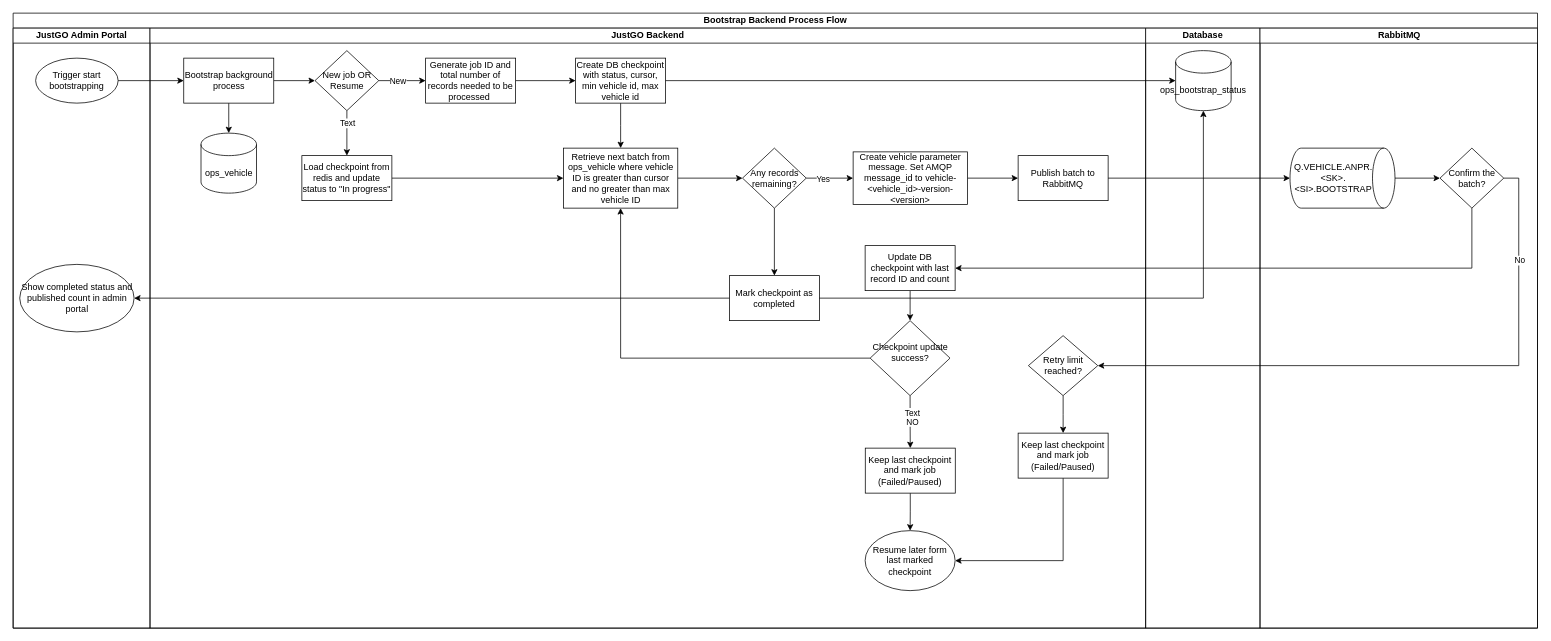
Before: page "Page-5" (5 of 5) of Bootstrap.drawio in Marcus-141/DrawIOFiles, a draw.io diagram. Source tidied: cells renumbered, new cells numbered last; positions are measured from the earlier drawing's top-left corner, leaving out a move shared by most shapes. Both pictures are drawn from the tidied source at 75%, with x=0, y=0 at pixel (13, 13).
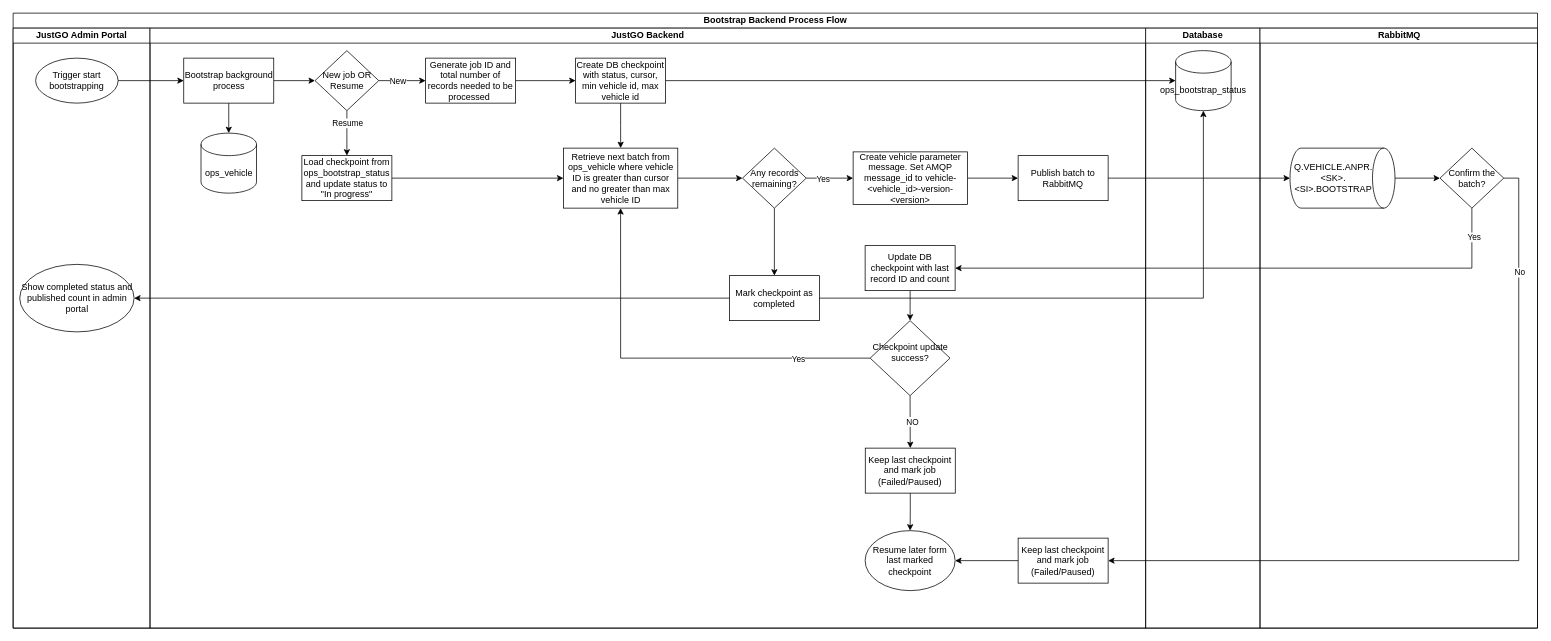
The same diagram, later.

The change refers to these unchanged cells:
```xml
<mxCell id="2" value="Bootstrap Backend Process Flow" style="swimlane;startSize=20;html=1;" parent="1" vertex="1">
  <mxGeometry width="2032.5" height="820" as="geometry" />
</mxCell>
<mxCell id="6" value="JustGO Backend" style="swimlane;startSize=20;html=1;" parent="2" vertex="1">
  <mxGeometry x="182.5" y="20" width="1327.5" height="800" as="geometry" />
</mxCell>
<mxCell id="12" style="edgeStyle=orthogonalEdgeStyle;rounded=0;jettySize=auto;html=1;defaultLabelBackgroundColor=page;labelPadding=0 4;" parent="6" edge="1" source="14" target="19">
  <mxGeometry relative="1" as="geometry" />
</mxCell>
<mxCell id="36" value="Resume later form last marked checkpoint" style="ellipse;whiteSpace=wrap;html=1;shapeInside=1;" parent="6" vertex="1">
  <mxGeometry x="953.5" y="670" width="120" height="80" as="geometry" />
</mxCell>
<mxCell id="37" style="edgeStyle=orthogonalEdgeStyle;rounded=0;jettySize=auto;html=1;exitX=0;exitY=0.5;exitDx=0;exitDy=0;entryX=0.5;entryY=1;entryDx=0;entryDy=0;defaultLabelBackgroundColor=page;labelPadding=0 4;" parent="6" edge="1" source="41" target="23">
  <mxGeometry relative="1" as="geometry" />
</mxCell>
<mxCell id="38" style="edgeStyle=orthogonalEdgeStyle;rounded=0;jettySize=auto;html=1;exitX=0.5;exitY=1;exitDx=0;exitDy=0;entryX=0.5;entryY=0;entryDx=0;entryDy=0;defaultLabelBackgroundColor=page;labelPadding=0 4;" parent="6" edge="1" source="41" target="45">
  <mxGeometry relative="1" as="geometry" />
</mxCell>
<mxCell id="51" value="Confirm the batch?" style="rhombus;whiteSpace=wrap;html=1;shapeInside=1;" parent="48" vertex="1">
  <mxGeometry x="240" y="160" width="85" height="80" as="geometry" />
</mxCell>
<mxCell id="59" style="edgeStyle=orthogonalEdgeStyle;rounded=0;jettySize=auto;html=1;exitX=0.5;exitY=1;exitDx=0;exitDy=0;entryX=1;entryY=0.5;entryDx=0;entryDy=0;defaultLabelBackgroundColor=page;labelPadding=0 4;" parent="2" edge="1" source="51" target="43">
  <mxGeometry relative="1" as="geometry" />
</mxCell>
```

Change to the diagram source:
```diff
@@
-    <mxCell id="13" value="Text" style="edgeLabel;html=1;align=center;verticalAlign=middle;inheritText=1;defaultLabelBackgroundColor=page;labelPadding=0 4;" parent="12" vertex="1">
+    <mxCell id="13" value="Resume" style="edgeLabel;html=1;align=center;verticalAlign=middle;inheritText=1;defaultLabelBackgroundColor=page;labelPadding=0 4;" parent="12" vertex="1">
       <mxGeometry x="-0.48" relative="1" as="geometry" />
     </mxCell>
@@
-    <mxCell id="19" value="Load checkpoint from redis and update status to &quot;In progress&quot;" style="whiteSpace=wrap;html=1;" parent="6" vertex="1">
+    <mxCell id="19" value="Load checkpoint from ops_bootstrap_status and update status to &quot;In progress&quot;" style="whiteSpace=wrap;html=1;" parent="6" vertex="1">
       <mxGeometry x="202.5" y="170" width="120" height="60" as="geometry" />
     </mxCell>
@@
-    <mxCell id="32" style="edgeStyle=orthogonalEdgeStyle;rounded=0;jettySize=auto;html=1;defaultLabelBackgroundColor=page;labelPadding=0 4;" parent="6" edge="1" source="33" target="35">
-      <mxGeometry relative="1" as="geometry" />
-    </mxCell>
-    <mxCell id="33" value="Retry limit reached?" style="rhombus;whiteSpace=wrap;html=1;shapeInside=1;" parent="6" vertex="1">
-      <mxGeometry x="1171.2" y="410" width="92.5" height="80" as="geometry" />
-    </mxCell>
-    <mxCell id="34" style="edgeStyle=orthogonalEdgeStyle;rounded=0;jettySize=auto;html=1;exitX=0.5;exitY=1;exitDx=0;exitDy=0;entryX=1;entryY=0.5;entryDx=0;entryDy=0;defaultLabelBackgroundColor=page;labelPadding=0 4;" parent="6" edge="1" source="35" target="36">
-      <mxGeometry relative="1" as="geometry" />
-    </mxCell>
     <mxCell id="35" value="Keep last checkpoint and mark job (Failed/Paused)" style="whiteSpace=wrap;html=1;" parent="6" vertex="1">
-      <mxGeometry x="1157.5" y="540" width="120" height="60" as="geometry" />
+      <mxGeometry x="1157.5" y="680" width="120" height="60" as="geometry" />
     </mxCell>
@@
+    <mxCell id="60" value="Yes" style="edgeLabel;html=1;align=center;verticalAlign=middle;inheritText=1;defaultLabelBackgroundColor=page;labelPadding=0 4;" parent="37" vertex="1">
+      <mxGeometry x="-0.64" relative="1" as="geometry" />
+    </mxCell>
@@
-    <mxCell id="40" value="Text" style="edgeLabel;html=1;align=center;verticalAlign=middle;inheritText=1;defaultLabelBackgroundColor=page;labelPadding=0 4;" parent="38" vertex="1">
-      <mxGeometry x="-0.34" y="3" relative="1" as="geometry" />
-    </mxCell>
@@
+    <mxCell id="34" style="edgeStyle=orthogonalEdgeStyle;rounded=0;jettySize=auto;html=1;exitX=0;exitY=0.5;exitDx=0;exitDy=0;entryX=1;entryY=0.5;entryDx=0;entryDy=0;defaultLabelBackgroundColor=page;labelPadding=0 4;" parent="6" edge="1" source="35" target="36">
+      <mxGeometry relative="1" as="geometry" />
+    </mxCell>
@@
-    <mxCell id="57" style="edgeStyle=orthogonalEdgeStyle;rounded=0;jettySize=auto;html=1;exitX=1;exitY=0.5;exitDx=0;exitDy=0;entryX=1;entryY=0.5;entryDx=0;entryDy=0;defaultLabelBackgroundColor=page;labelPadding=0 4;" parent="2" edge="1" source="51" target="33">
+    <mxCell id="57" style="edgeStyle=orthogonalEdgeStyle;rounded=0;jettySize=auto;html=1;exitX=1;exitY=0.5;exitDx=0;exitDy=0;entryX=1;entryY=0.5;entryDx=0;entryDy=0;defaultLabelBackgroundColor=page;labelPadding=0 4;" parent="2" edge="1" source="51" target="35">
       <mxGeometry relative="1" as="geometry" />
     </mxCell>
     <mxCell id="58" value="No" style="edgeLabel;html=1;align=center;verticalAlign=middle;inheritText=1;defaultLabelBackgroundColor=page;labelPadding=0 4;" parent="57" vertex="1">
-      <mxGeometry x="-0.69" y="1" relative="1" as="geometry" />
+      <mxGeometry x="-0.73" y="1" relative="1" as="geometry" />
     </mxCell>
@@
+    <mxCell id="61" value="Yes" style="edgeLabel;html=1;align=center;verticalAlign=middle;inheritText=1;defaultLabelBackgroundColor=page;labelPadding=0 4;" parent="59" vertex="1">
+      <mxGeometry x="-0.9" y="2" relative="1" as="geometry" />
+    </mxCell>
```
